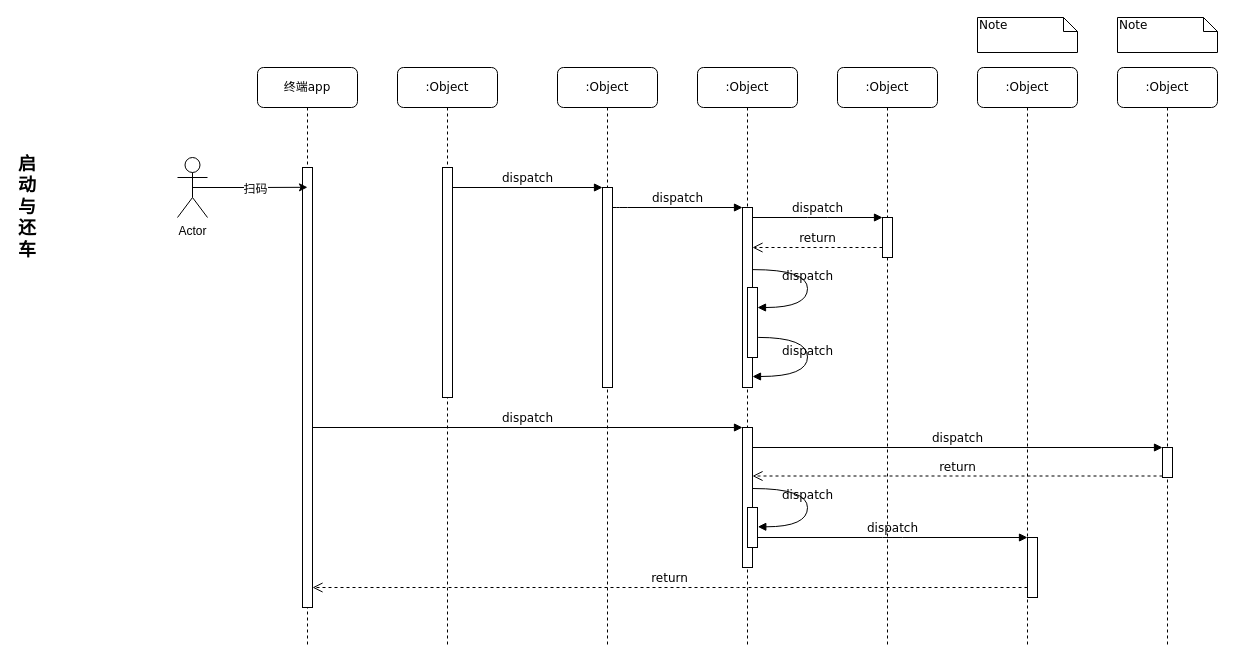
This is 机器人时序图.drawio from wangjie5540/drawio, a draw.io file, before an edit. Source tidied: cells renumbered, new cells numbered last; positions are measured from the earlier drawing's top-left corner, leaving out a move shared by most shapes. Both pictures are drawn from the tidied source at 100%, with x=0, y=0 at pixel (17, 17).
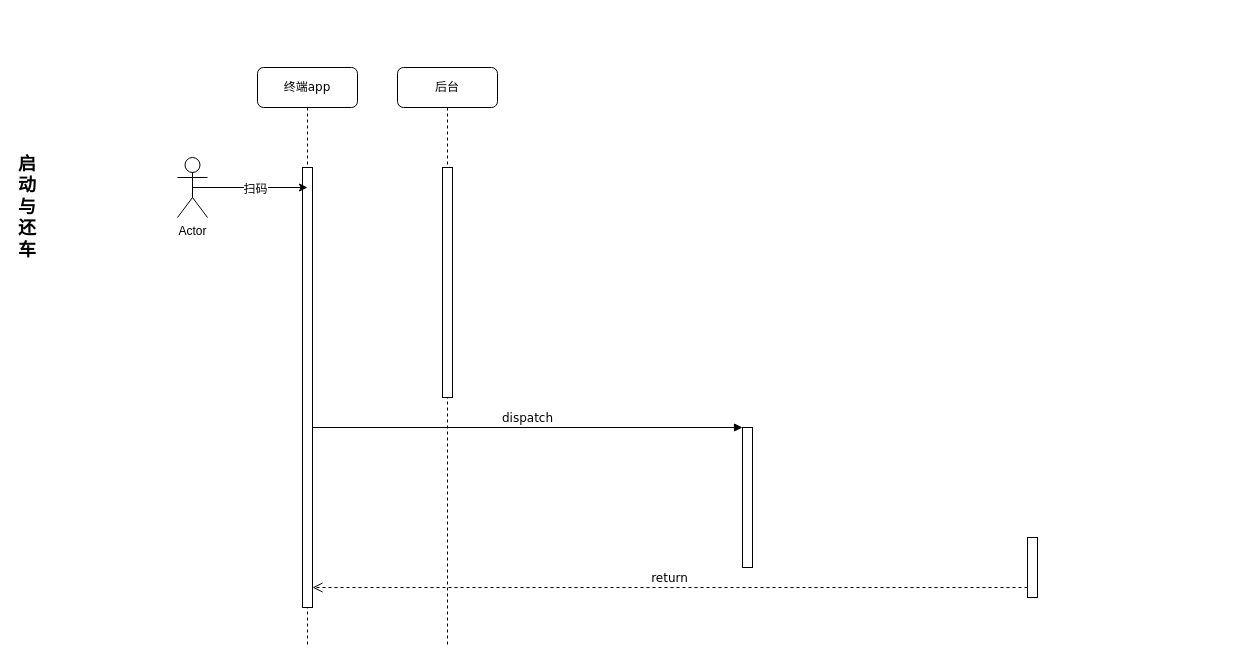
After the change.

Commit message (it also covers changes not shown here):
Update 机器人时序图.drawio

The change refers to these unchanged cells:
```xml
<mxCell id="3" style="html=1;points=[];perimeter=orthogonalPerimeter;rounded=0;shadow=0;comic=0;labelBackgroundColor=none;strokeWidth=1;fontFamily=Verdana;fontSize=12;align=center;" parent="2" vertex="1">
  <mxGeometry x="45" y="100" width="10" height="230" as="geometry" />
</mxCell>
<mxCell id="11" style="html=1;points=[];perimeter=orthogonalPerimeter;rounded=0;shadow=0;comic=0;labelBackgroundColor=none;strokeWidth=1;fontFamily=Verdana;fontSize=12;align=center;" parent="10" vertex="1">
  <mxGeometry x="45" y="100" width="10" height="440" as="geometry" />
</mxCell>
<mxCell id="17" style="html=1;points=[];perimeter=orthogonalPerimeter;rounded=0;shadow=0;comic=0;labelBackgroundColor=none;strokeWidth=1;fontFamily=Verdana;fontSize=12;align=center;" parent="1" vertex="1">
  <mxGeometry x="725" y="410" width="10" height="140" as="geometry" />
</mxCell>
<mxCell id="22" style="html=1;points=[];perimeter=orthogonalPerimeter;rounded=0;shadow=0;comic=0;labelBackgroundColor=none;strokeWidth=1;fontFamily=Verdana;fontSize=12;align=center;" parent="1" vertex="1">
  <mxGeometry x="1010" y="520" width="10" height="60" as="geometry" />
</mxCell>
<mxCell id="35" value="Actor" style="shape=umlActor;verticalLabelPosition=bottom;labelBackgroundColor=#ffffff;verticalAlign=top;html=1;outlineConnect=0;" parent="1" vertex="1">
  <mxGeometry x="160" y="140" width="30" height="60" as="geometry" />
</mxCell>
```

The edit, as a diff of the source:
```diff
@@
-    <mxCell id="2" value=":Object" style="shape=umlLifeline;perimeter=lifelinePerimeter;whiteSpace=wrap;html=1;rounded=1;shadow=0;comic=0;labelBackgroundColor=none;strokeWidth=1;fontFamily=Verdana;fontSize=12;align=center;" parent="1" vertex="1">
+    <mxCell id="2" value="后台" style="shape=umlLifeline;perimeter=lifelinePerimeter;whiteSpace=wrap;html=1;rounded=1;shadow=0;comic=0;labelBackgroundColor=none;strokeWidth=1;fontFamily=Verdana;fontSize=12;align=center;" parent="1" vertex="1">
       <mxGeometry x="380" y="50" width="100" height="580" as="geometry" />
     </mxCell>
@@
-    <mxCell id="4" value=":Object" style="shape=umlLifeline;perimeter=lifelinePerimeter;whiteSpace=wrap;html=1;rounded=1;shadow=0;comic=0;labelBackgroundColor=none;strokeWidth=1;fontFamily=Verdana;fontSize=12;align=center;" parent="1" vertex="1">
-      <mxGeometry x="540" y="50" width="100" height="580" as="geometry" />
-    </mxCell>
-    <mxCell id="5" style="html=1;points=[];perimeter=orthogonalPerimeter;rounded=0;shadow=0;comic=0;labelBackgroundColor=none;strokeWidth=1;fontFamily=Verdana;fontSize=12;align=center;" parent="4" vertex="1">
-      <mxGeometry x="45" y="120" width="10" height="200" as="geometry" />
-    </mxCell>
-    <mxCell id="6" value=":Object" style="shape=umlLifeline;perimeter=lifelinePerimeter;whiteSpace=wrap;html=1;rounded=1;shadow=0;comic=0;labelBackgroundColor=none;strokeWidth=1;fontFamily=Verdana;fontSize=12;align=center;" parent="1" vertex="1">
-      <mxGeometry x="680" y="50" width="100" height="580" as="geometry" />
-    </mxCell>
-    <mxCell id="7" value=":Object" style="shape=umlLifeline;perimeter=lifelinePerimeter;whiteSpace=wrap;html=1;rounded=1;shadow=0;comic=0;labelBackgroundColor=none;strokeWidth=1;fontFamily=Verdana;fontSize=12;align=center;" parent="1" vertex="1">
-      <mxGeometry x="820" y="50" width="100" height="580" as="geometry" />
-    </mxCell>
-    <mxCell id="8" value=":Object" style="shape=umlLifeline;perimeter=lifelinePerimeter;whiteSpace=wrap;html=1;rounded=1;shadow=0;comic=0;labelBackgroundColor=none;strokeWidth=1;fontFamily=Verdana;fontSize=12;align=center;" parent="1" vertex="1">
-      <mxGeometry x="960" y="50" width="100" height="580" as="geometry" />
-    </mxCell>
-    <mxCell id="9" value=":Object" style="shape=umlLifeline;perimeter=lifelinePerimeter;whiteSpace=wrap;html=1;rounded=1;shadow=0;comic=0;labelBackgroundColor=none;strokeWidth=1;fontFamily=Verdana;fontSize=12;align=center;" parent="1" vertex="1">
-      <mxGeometry x="1100" y="50" width="100" height="580" as="geometry" />
-    </mxCell>
@@
-    <mxCell id="12" style="html=1;points=[];perimeter=orthogonalPerimeter;rounded=0;shadow=0;comic=0;labelBackgroundColor=none;strokeWidth=1;fontFamily=Verdana;fontSize=12;align=center;" parent="1" vertex="1">
-      <mxGeometry x="725" y="190" width="10" height="180" as="geometry" />
-    </mxCell>
-    <mxCell id="13" value="dispatch" style="html=1;verticalAlign=bottom;endArrow=block;labelBackgroundColor=none;fontFamily=Verdana;fontSize=12;edgeStyle=elbowEdgeStyle;elbow=vertical;" parent="1" edge="1" source="5" target="12">
-      <mxGeometry relative="1" as="geometry">
-        <Array as="points">
-          <mxPoint x="600" y="190" />
-        </Array>
-      </mxGeometry>
-    </mxCell>
-    <mxCell id="14" style="html=1;points=[];perimeter=orthogonalPerimeter;rounded=0;shadow=0;comic=0;labelBackgroundColor=none;strokeWidth=1;fontFamily=Verdana;fontSize=12;align=center;" parent="1" vertex="1">
-      <mxGeometry x="865" y="200" width="10" height="40" as="geometry" />
-    </mxCell>
-    <mxCell id="15" value="dispatch" style="html=1;verticalAlign=bottom;endArrow=block;entryX=0;entryY=0;labelBackgroundColor=none;fontFamily=Verdana;fontSize=12;edgeStyle=elbowEdgeStyle;elbow=vertical;" parent="1" edge="1" source="12" target="14">
-      <mxGeometry relative="1" as="geometry" />
-    </mxCell>
-    <mxCell id="16" value="return" style="html=1;verticalAlign=bottom;endArrow=open;dashed=1;endSize=8;labelBackgroundColor=none;fontFamily=Verdana;fontSize=12;edgeStyle=elbowEdgeStyle;elbow=vertical;" parent="1" edge="1" source="14" target="12">
-      <mxGeometry relative="1" as="geometry">
-        <Array as="points">
-          <mxPoint x="810" y="230" />
-          <mxPoint x="840" y="230" />
-        </Array>
-      </mxGeometry>
-    </mxCell>
@@
-    <mxCell id="19" style="html=1;points=[];perimeter=orthogonalPerimeter;rounded=0;shadow=0;comic=0;labelBackgroundColor=none;strokeColor=#000000;strokeWidth=1;fillColor=#FFFFFF;fontFamily=Verdana;fontSize=12;fontColor=#000000;align=center;" parent="1" vertex="1">
-      <mxGeometry x="1145" y="430" width="10" height="30" as="geometry" />
-    </mxCell>
-    <mxCell id="20" value="dispatch" style="html=1;verticalAlign=bottom;endArrow=block;entryX=0;entryY=0;labelBackgroundColor=none;fontFamily=Verdana;fontSize=12;" parent="1" edge="1" source="17" target="19">
-      <mxGeometry relative="1" as="geometry" />
-    </mxCell>
-    <mxCell id="21" value="return" style="html=1;verticalAlign=bottom;endArrow=open;dashed=1;endSize=8;exitX=0;exitY=0.95;labelBackgroundColor=none;fontFamily=Verdana;fontSize=12;" parent="1" edge="1" source="19" target="17">
-      <mxGeometry relative="1" as="geometry" />
-    </mxCell>
@@
-    <mxCell id="23" value="dispatch" style="html=1;verticalAlign=bottom;endArrow=block;entryX=0;entryY=0;labelBackgroundColor=none;fontFamily=Verdana;fontSize=12;edgeStyle=elbowEdgeStyle;elbow=vertical;" parent="1" edge="1" source="29" target="22">
-      <mxGeometry relative="1" as="geometry" />
-    </mxCell>
@@
-    <mxCell id="25" value="dispatch" style="html=1;verticalAlign=bottom;endArrow=block;entryX=0;entryY=0;labelBackgroundColor=none;fontFamily=Verdana;fontSize=12;edgeStyle=elbowEdgeStyle;elbow=vertical;" parent="1" edge="1" source="3" target="5">
-      <mxGeometry relative="1" as="geometry" />
-    </mxCell>
-    <mxCell id="26" style="html=1;points=[];perimeter=orthogonalPerimeter;rounded=0;shadow=0;comic=0;labelBackgroundColor=none;strokeWidth=1;fontFamily=Verdana;fontSize=12;align=center;" parent="1" vertex="1">
-      <mxGeometry x="730" y="270" width="10" height="70" as="geometry" />
-    </mxCell>
-    <mxCell id="27" value="dispatch" style="html=1;verticalAlign=bottom;endArrow=block;labelBackgroundColor=none;fontFamily=Verdana;fontSize=12;elbow=vertical;edgeStyle=orthogonalEdgeStyle;curved=1;entryX=1;entryY=0.286;entryPerimeter=0;exitX=1.038;exitY=0.345;exitPerimeter=0;" parent="1" edge="1" source="12" target="26">
-      <mxGeometry relative="1" as="geometry">
-        <Array as="points">
-          <mxPoint x="790" y="252" />
-          <mxPoint x="790" y="290" />
-        </Array>
-      </mxGeometry>
-    </mxCell>
-    <mxCell id="28" value="dispatch" style="html=1;verticalAlign=bottom;endArrow=block;labelBackgroundColor=none;fontFamily=Verdana;fontSize=12;elbow=vertical;edgeStyle=orthogonalEdgeStyle;curved=1;exitX=1.066;exitY=0.713;exitPerimeter=0;" parent="1" edge="1" source="26">
-      <mxGeometry relative="1" as="geometry">
-        <mxPoint x="735" y="359" as="targetPoint" />
-        <Array as="points">
-          <mxPoint x="790" y="320" />
-          <mxPoint x="790" y="359" />
-        </Array>
-      </mxGeometry>
-    </mxCell>
-    <mxCell id="29" style="html=1;points=[];perimeter=orthogonalPerimeter;rounded=0;shadow=0;comic=0;labelBackgroundColor=none;strokeWidth=1;fontFamily=Verdana;fontSize=12;align=center;" parent="1" vertex="1">
-      <mxGeometry x="730" y="490" width="10" height="40" as="geometry" />
-    </mxCell>
-    <mxCell id="30" value="dispatch" style="html=1;verticalAlign=bottom;endArrow=block;labelBackgroundColor=none;fontFamily=Verdana;fontSize=12;elbow=vertical;edgeStyle=orthogonalEdgeStyle;curved=1;entryX=1;entryY=0.286;entryPerimeter=0;exitX=1.038;exitY=0.345;exitPerimeter=0;" parent="1" edge="1">
-      <mxGeometry relative="1" as="geometry">
-        <mxPoint x="735.3" y="471" as="sourcePoint" />
-        <mxPoint x="740.3" y="509.3" as="targetPoint" />
-        <Array as="points">
-          <mxPoint x="790" y="471" />
-          <mxPoint x="790" y="509" />
-        </Array>
-      </mxGeometry>
-    </mxCell>
-    <mxCell id="31" value="Note" style="shape=note;whiteSpace=wrap;html=1;size=14;verticalAlign=top;align=left;spacingTop=-6;rounded=0;shadow=0;comic=0;labelBackgroundColor=none;strokeWidth=1;fontFamily=Verdana;fontSize=12;" parent="1" vertex="1">
-      <mxGeometry x="960" width="100" height="35" as="geometry" />
-    </mxCell>
-    <mxCell id="32" value="Note" style="shape=note;whiteSpace=wrap;html=1;size=14;verticalAlign=top;align=left;spacingTop=-6;rounded=0;shadow=0;comic=0;labelBackgroundColor=none;strokeWidth=1;fontFamily=Verdana;fontSize=12;" parent="1" vertex="1">
-      <mxGeometry x="1100" width="100" height="35" as="geometry" />
-    </mxCell>
-    <mxCell id="33" style="edgeStyle=orthogonalEdgeStyle;rounded=0;jettySize=auto;html=1;exitX=0.5;exitY=0.5;exitDx=0;exitDy=0;exitPerimeter=0;entryX=0.5;entryY=0.045;entryDx=0;entryDy=0;entryPerimeter=0;" parent="1" edge="1" source="35" target="11">
-      <mxGeometry relative="1" as="geometry" />
+    <mxCell id="33" style="edgeStyle=orthogonalEdgeStyle;rounded=0;jettySize=auto;html=1;exitX=0.5;exitY=0.5;exitDx=0;exitDy=0;exitPerimeter=0;" parent="1" edge="1" source="35">
+      <mxGeometry relative="1" as="geometry">
+        <mxPoint x="290" y="170" as="targetPoint" />
+      </mxGeometry>
     </mxCell>
```
